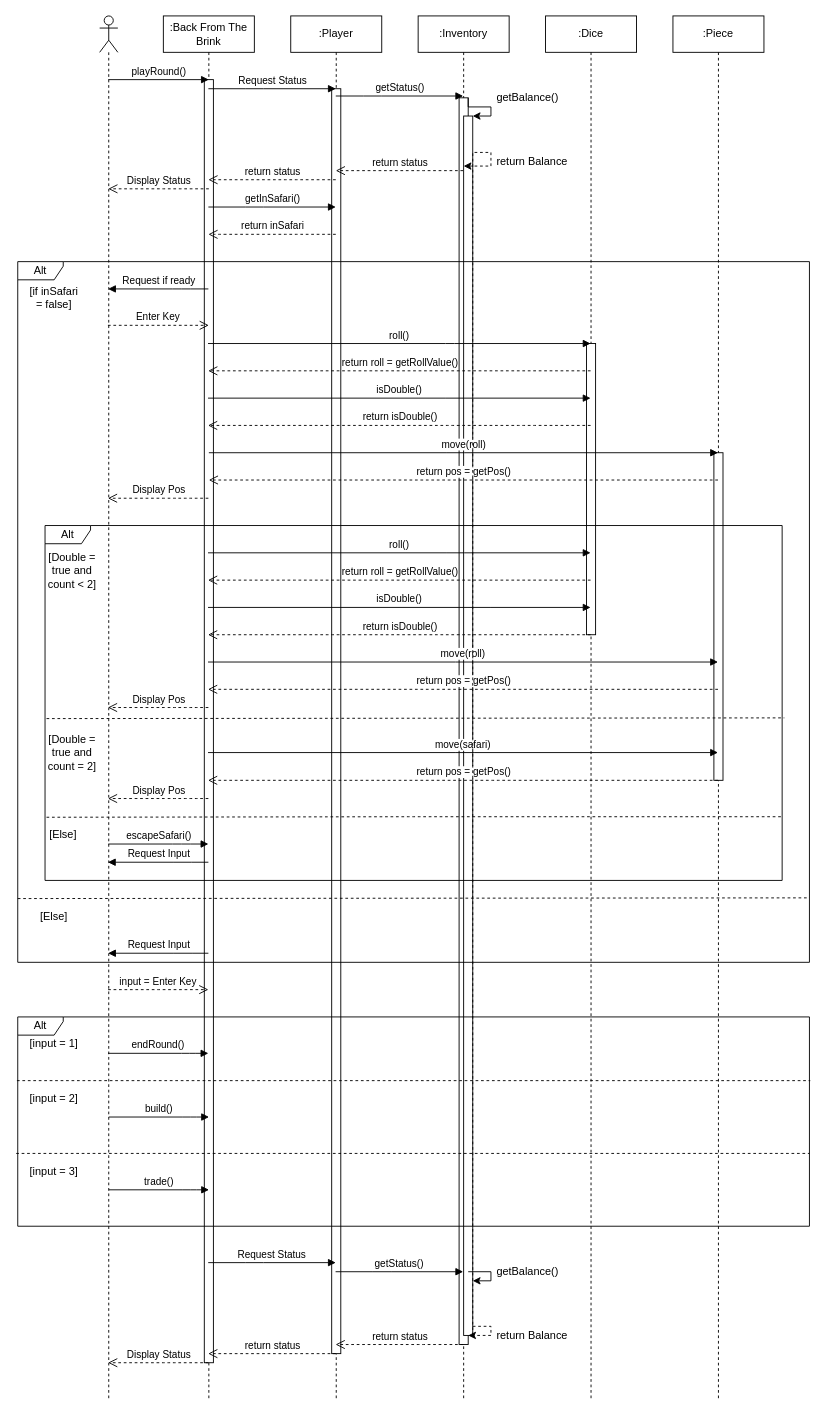
Earlier version of the draw.io diagram Documentation/Sequence Diagrams/Take Turn SD (draft).drawio (cmcgarry5/csc2058-2021-g25). Source tidied: cells renumbered, new cells numbered last; positions are measured from the earlier drawing's top-left corner, leaving out a move shared by most shapes. Both pictures are drawn from the tidied source at 91%, with x=0, y=0 at pixel (15, 15).
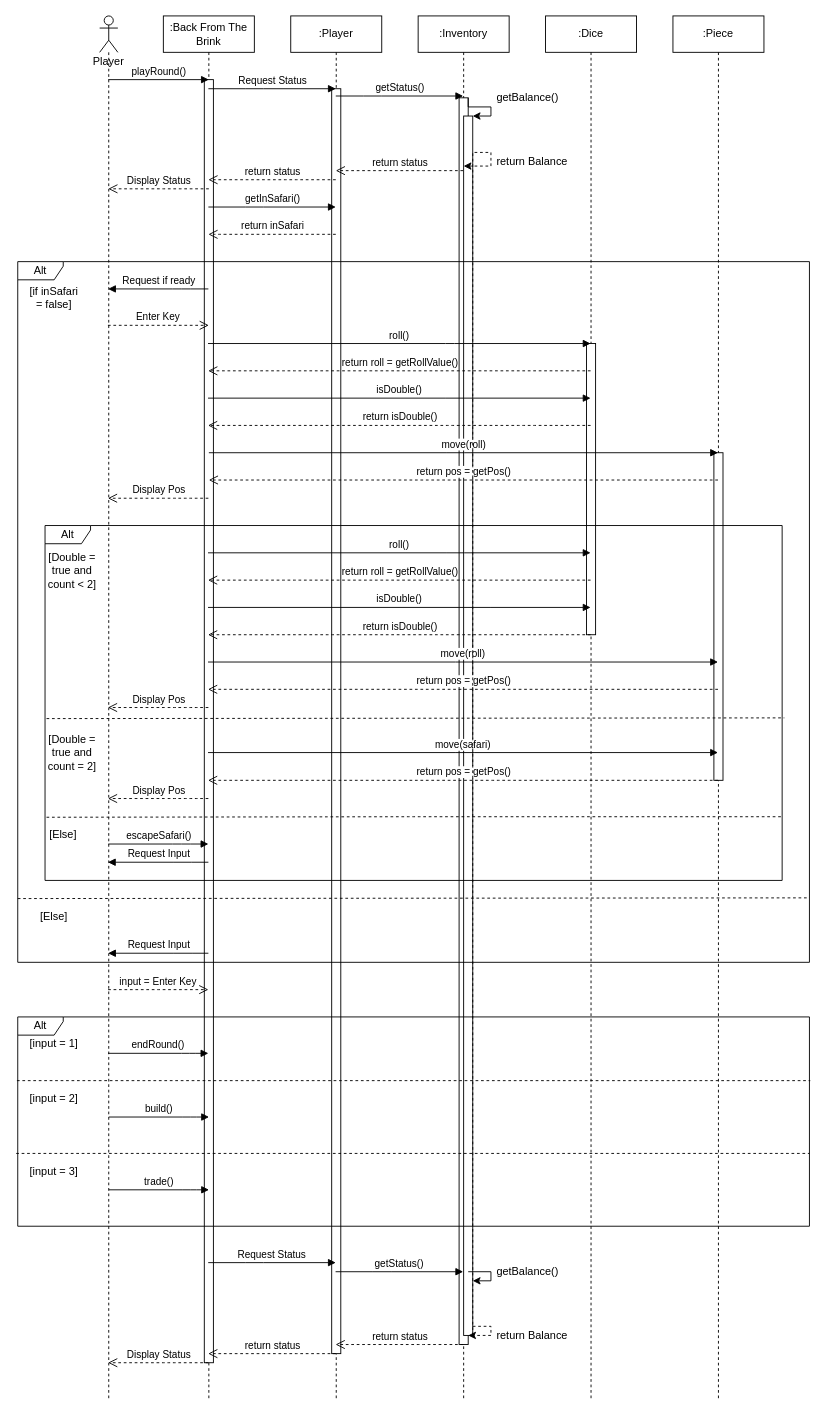
The same page after the edit.

Change to the diagram source:
```diff
@@
-    <mxCell id="5" style="shape=umlLifeline;participant=umlActor;perimeter=lifelinePerimeter;whiteSpace=wrap;html=1;verticalAlign=top;spacingTop=36;outlineConnect=0;" parent="1" vertex="1">
+    <mxCell id="5" value="Player" style="shape=umlLifeline;participant=umlActor;perimeter=lifelinePerimeter;whiteSpace=wrap;html=1;verticalAlign=top;spacingTop=36;outlineConnect=0;" parent="1" vertex="1">
       <mxGeometry x="92" width="20" height="1520" as="geometry" />
     </mxCell>
```
